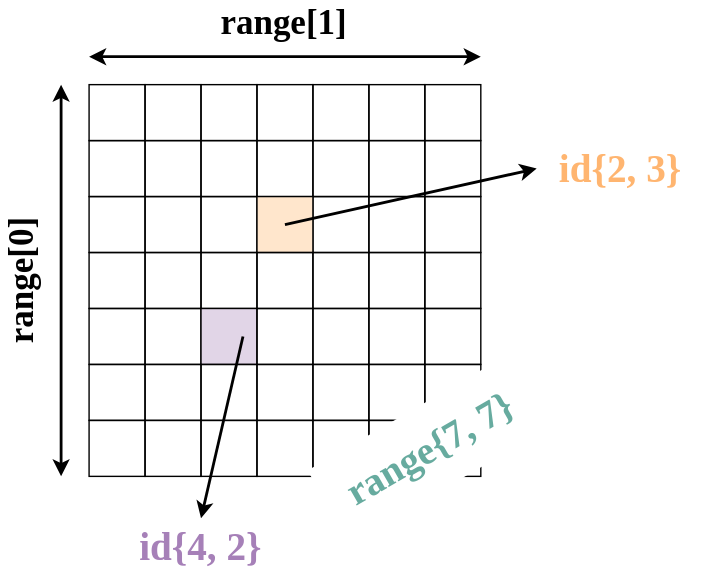
Before: content/img/2d_range.svg, a diagram exported from draw.io (ENCCS/sycl-workshop). Source tidied: cells renumbered, new cells last; positions are measured from the earlier drawing's top-left corner, leaving out a move shared by most shapes. Its diagram source:
```xml
<mxGraphModel>
  <root>
    <mxCell id="0" />
    <mxCell id="1" parent="0" />
    <mxCell id="2" style="whiteSpace=wrap;html=1;labelBackgroundColor=#97D077;sketch=0;fillStyle=solid;strokeWidth=1;fillColor=none;" parent="1" vertex="1">
      <mxGeometry x="160" y="60" width="40" height="40" as="geometry" />
    </mxCell>
    <mxCell id="3" style="whiteSpace=wrap;html=1;labelBackgroundColor=#97D077;sketch=0;fillStyle=solid;strokeWidth=1;fillColor=none;" parent="1" vertex="1">
      <mxGeometry x="200" y="60" width="40" height="40" as="geometry" />
    </mxCell>
    <mxCell id="4" style="whiteSpace=wrap;html=1;labelBackgroundColor=#97D077;sketch=0;fillStyle=solid;strokeWidth=1;fillColor=none;" parent="1" vertex="1">
      <mxGeometry x="280" y="60" width="40" height="40" as="geometry" />
    </mxCell>
    <mxCell id="5" style="whiteSpace=wrap;html=1;labelBackgroundColor=#97D077;sketch=0;fillStyle=solid;strokeWidth=1;fillColor=none;" parent="1" vertex="1">
      <mxGeometry x="240" y="60" width="40" height="40" as="geometry" />
    </mxCell>
    <mxCell id="6" style="whiteSpace=wrap;html=1;labelBackgroundColor=#97D077;sketch=0;fillStyle=solid;strokeWidth=1;glass=0;rounded=0;shadow=0;fillColor=none;" parent="1" vertex="1">
      <mxGeometry x="120" y="60" width="40" height="40" as="geometry" />
    </mxCell>
    <mxCell id="7" style="whiteSpace=wrap;html=1;labelBackgroundColor=#97D077;sketch=0;fillStyle=solid;strokeWidth=1;fillColor=none;" parent="1" vertex="1">
      <mxGeometry x="160" y="100" width="40" height="40" as="geometry" />
    </mxCell>
    <mxCell id="8" style="whiteSpace=wrap;html=1;labelBackgroundColor=#97D077;sketch=0;fillStyle=solid;strokeWidth=1;fillColor=none;" parent="1" vertex="1">
      <mxGeometry x="200" y="100" width="40" height="40" as="geometry" />
    </mxCell>
    <mxCell id="9" style="whiteSpace=wrap;html=1;labelBackgroundColor=#97D077;sketch=0;fillStyle=solid;strokeWidth=1;fillColor=none;" parent="1" vertex="1">
      <mxGeometry x="280" y="100" width="40" height="40" as="geometry" />
    </mxCell>
    <mxCell id="10" style="whiteSpace=wrap;html=1;labelBackgroundColor=#97D077;sketch=0;fillStyle=solid;strokeWidth=1;fillColor=none;" parent="1" vertex="1">
      <mxGeometry x="240" y="100" width="40" height="40" as="geometry" />
    </mxCell>
    <mxCell id="11" style="whiteSpace=wrap;html=1;labelBackgroundColor=#97D077;sketch=0;fillStyle=solid;strokeWidth=1;fillColor=none;glass=0;rounded=0;" parent="1" vertex="1">
      <mxGeometry x="120" y="100" width="40" height="40" as="geometry" />
    </mxCell>
    <mxCell id="12" style="whiteSpace=wrap;html=1;labelBackgroundColor=#97D077;sketch=0;fillStyle=solid;strokeWidth=1;fillColor=none;" parent="1" vertex="1">
      <mxGeometry x="160" y="140" width="40" height="40" as="geometry" />
    </mxCell>
    <mxCell id="13" style="whiteSpace=wrap;html=1;labelBackgroundColor=#97D077;sketch=0;fillStyle=solid;strokeWidth=1;fillColor=none;" parent="1" vertex="1">
      <mxGeometry x="200" y="140" width="40" height="40" as="geometry" />
    </mxCell>
    <mxCell id="14" style="whiteSpace=wrap;html=1;labelBackgroundColor=#97D077;sketch=0;fillStyle=solid;strokeWidth=1;fillColor=none;" parent="1" vertex="1">
      <mxGeometry x="280" y="140" width="40" height="40" as="geometry" />
    </mxCell>
    <mxCell id="15" style="whiteSpace=wrap;html=1;labelBackgroundColor=#97D077;sketch=0;fillStyle=solid;strokeWidth=1;fillColor=#ffe6cc;" parent="1" vertex="1">
      <mxGeometry x="240" y="140" width="40" height="40" as="geometry" />
    </mxCell>
    <mxCell id="16" style="whiteSpace=wrap;html=1;labelBackgroundColor=#97D077;sketch=0;fillStyle=solid;strokeWidth=1;fillColor=none;glass=0;rounded=0;" parent="1" vertex="1">
      <mxGeometry x="120" y="140" width="40" height="40" as="geometry" />
    </mxCell>
    <mxCell id="17" style="whiteSpace=wrap;html=1;labelBackgroundColor=#97D077;sketch=0;fillStyle=solid;strokeWidth=1;fillColor=none;" parent="1" vertex="1">
      <mxGeometry x="160" y="180" width="40" height="40" as="geometry" />
    </mxCell>
    <mxCell id="18" style="whiteSpace=wrap;html=1;labelBackgroundColor=#97D077;sketch=0;fillStyle=solid;strokeWidth=1;fillColor=none;" parent="1" vertex="1">
      <mxGeometry x="200" y="180" width="40" height="40" as="geometry" />
    </mxCell>
    <mxCell id="19" style="whiteSpace=wrap;html=1;labelBackgroundColor=#97D077;sketch=0;fillStyle=solid;strokeWidth=1;fillColor=none;" parent="1" vertex="1">
      <mxGeometry x="280" y="180" width="40" height="40" as="geometry" />
    </mxCell>
    <mxCell id="20" style="whiteSpace=wrap;html=1;labelBackgroundColor=#97D077;sketch=0;fillStyle=solid;strokeWidth=1;fillColor=none;" parent="1" vertex="1">
      <mxGeometry x="240" y="180" width="40" height="40" as="geometry" />
    </mxCell>
    <mxCell id="21" style="whiteSpace=wrap;html=1;labelBackgroundColor=#97D077;sketch=0;fillStyle=solid;strokeWidth=1;fillColor=none;glass=0;rounded=0;" parent="1" vertex="1">
      <mxGeometry x="120" y="180" width="40" height="40" as="geometry" />
    </mxCell>
    <mxCell id="22" style="whiteSpace=wrap;html=1;labelBackgroundColor=#97D077;sketch=0;fillStyle=solid;strokeWidth=1;fillColor=none;" parent="1" vertex="1">
      <mxGeometry x="160" y="220" width="40" height="40" as="geometry" />
    </mxCell>
    <mxCell id="23" style="whiteSpace=wrap;html=1;labelBackgroundColor=#97D077;sketch=0;fillStyle=solid;strokeWidth=1;fillColor=#e1d5e7;" parent="1" vertex="1">
      <mxGeometry x="200" y="220" width="40" height="40" as="geometry" />
    </mxCell>
    <mxCell id="24" style="whiteSpace=wrap;html=1;labelBackgroundColor=#97D077;sketch=0;fillStyle=solid;strokeWidth=1;fillColor=none;" parent="1" vertex="1">
      <mxGeometry x="280" y="220" width="40" height="40" as="geometry" />
    </mxCell>
    <mxCell id="25" style="whiteSpace=wrap;html=1;labelBackgroundColor=#97D077;sketch=0;fillStyle=solid;strokeWidth=1;fillColor=none;" parent="1" vertex="1">
      <mxGeometry x="240" y="220" width="40" height="40" as="geometry" />
    </mxCell>
    <mxCell id="26" style="whiteSpace=wrap;html=1;labelBackgroundColor=#97D077;sketch=0;fillStyle=solid;strokeWidth=1;fillColor=none;glass=0;rounded=0;" parent="1" vertex="1">
      <mxGeometry x="120" y="220" width="40" height="40" as="geometry" />
    </mxCell>
    <mxCell id="27" style="whiteSpace=wrap;html=1;labelBackgroundColor=#97D077;sketch=0;fillStyle=solid;strokeWidth=1;glass=0;rounded=0;shadow=0;fillColor=none;" parent="1" vertex="1">
      <mxGeometry x="320" y="60" width="40" height="40" as="geometry" />
    </mxCell>
    <mxCell id="28" style="whiteSpace=wrap;html=1;labelBackgroundColor=#97D077;sketch=0;fillStyle=solid;strokeWidth=1;glass=0;rounded=0;shadow=0;fillColor=none;" parent="1" vertex="1">
      <mxGeometry x="360" y="60" width="40" height="40" as="geometry" />
    </mxCell>
    <mxCell id="29" style="whiteSpace=wrap;html=1;labelBackgroundColor=#97D077;sketch=0;fillStyle=solid;strokeWidth=1;glass=0;rounded=0;shadow=0;fillColor=none;" parent="1" vertex="1">
      <mxGeometry x="320" y="100" width="40" height="40" as="geometry" />
    </mxCell>
    <mxCell id="30" style="whiteSpace=wrap;html=1;labelBackgroundColor=#97D077;sketch=0;fillStyle=solid;strokeWidth=1;glass=0;rounded=0;shadow=0;fillColor=none;" parent="1" vertex="1">
      <mxGeometry x="360" y="100" width="40" height="40" as="geometry" />
    </mxCell>
    <mxCell id="31" style="whiteSpace=wrap;html=1;labelBackgroundColor=#97D077;sketch=0;fillStyle=solid;strokeWidth=1;glass=0;rounded=0;shadow=0;fillColor=none;" parent="1" vertex="1">
      <mxGeometry x="320" y="140" width="40" height="40" as="geometry" />
    </mxCell>
    <mxCell id="32" style="whiteSpace=wrap;html=1;labelBackgroundColor=#97D077;sketch=0;fillStyle=solid;strokeWidth=1;glass=0;rounded=0;shadow=0;fillColor=none;" parent="1" vertex="1">
      <mxGeometry x="360" y="140" width="40" height="40" as="geometry" />
    </mxCell>
    <mxCell id="33" style="whiteSpace=wrap;html=1;labelBackgroundColor=#97D077;sketch=0;fillStyle=solid;strokeWidth=1;glass=0;rounded=0;shadow=0;fillColor=none;" parent="1" vertex="1">
      <mxGeometry x="320" y="180" width="40" height="40" as="geometry" />
    </mxCell>
    <mxCell id="34" style="whiteSpace=wrap;html=1;labelBackgroundColor=#97D077;sketch=0;fillStyle=solid;strokeWidth=1;glass=0;rounded=0;shadow=0;fillColor=none;" parent="1" vertex="1">
      <mxGeometry x="360" y="180" width="40" height="40" as="geometry" />
    </mxCell>
    <mxCell id="35" style="whiteSpace=wrap;html=1;labelBackgroundColor=#97D077;sketch=0;fillStyle=solid;strokeWidth=1;glass=0;rounded=0;shadow=0;fillColor=none;" parent="1" vertex="1">
      <mxGeometry x="320" y="220" width="40" height="40" as="geometry" />
    </mxCell>
    <mxCell id="36" style="whiteSpace=wrap;html=1;labelBackgroundColor=#97D077;sketch=0;fillStyle=solid;strokeWidth=1;glass=0;rounded=0;shadow=0;fillColor=none;" parent="1" vertex="1">
      <mxGeometry x="360" y="220" width="40" height="40" as="geometry" />
    </mxCell>
    <mxCell id="37" style="whiteSpace=wrap;html=1;labelBackgroundColor=#97D077;sketch=0;fillStyle=solid;strokeWidth=1;fillColor=none;" parent="1" vertex="1">
      <mxGeometry x="160" y="260" width="40" height="40" as="geometry" />
    </mxCell>
    <mxCell id="38" style="whiteSpace=wrap;html=1;labelBackgroundColor=#97D077;sketch=0;fillStyle=solid;strokeWidth=1;fillColor=none;" parent="1" vertex="1">
      <mxGeometry x="200" y="260" width="40" height="40" as="geometry" />
    </mxCell>
    <mxCell id="39" style="whiteSpace=wrap;html=1;labelBackgroundColor=#97D077;sketch=0;fillStyle=solid;strokeWidth=1;fillColor=none;" parent="1" vertex="1">
      <mxGeometry x="280" y="260" width="40" height="40" as="geometry" />
    </mxCell>
    <mxCell id="40" style="whiteSpace=wrap;html=1;labelBackgroundColor=#97D077;sketch=0;fillStyle=solid;strokeWidth=1;fillColor=none;" parent="1" vertex="1">
      <mxGeometry x="240" y="260" width="40" height="40" as="geometry" />
    </mxCell>
    <mxCell id="41" style="whiteSpace=wrap;html=1;labelBackgroundColor=#97D077;sketch=0;fillStyle=solid;strokeWidth=1;fillColor=none;glass=0;rounded=0;" parent="1" vertex="1">
      <mxGeometry x="120" y="260" width="40" height="40" as="geometry" />
    </mxCell>
    <mxCell id="42" style="whiteSpace=wrap;html=1;labelBackgroundColor=#97D077;sketch=0;fillStyle=solid;strokeWidth=1;glass=0;rounded=0;shadow=0;fillColor=none;" parent="1" vertex="1">
      <mxGeometry x="320" y="260" width="40" height="40" as="geometry" />
    </mxCell>
    <mxCell id="43" style="whiteSpace=wrap;html=1;labelBackgroundColor=#97D077;sketch=0;fillStyle=solid;strokeWidth=1;glass=0;rounded=0;shadow=0;fillColor=none;" parent="1" vertex="1">
      <mxGeometry x="360" y="260" width="40" height="40" as="geometry" />
    </mxCell>
    <mxCell id="44" style="whiteSpace=wrap;html=1;labelBackgroundColor=#97D077;sketch=0;fillStyle=solid;strokeWidth=1;fillColor=none;" parent="1" vertex="1">
      <mxGeometry x="160" y="300" width="40" height="40" as="geometry" />
    </mxCell>
    <mxCell id="45" style="whiteSpace=wrap;html=1;labelBackgroundColor=#97D077;sketch=0;fillStyle=solid;strokeWidth=1;fillColor=none;" parent="1" vertex="1">
      <mxGeometry x="200" y="300" width="40" height="40" as="geometry" />
    </mxCell>
    <mxCell id="46" style="whiteSpace=wrap;html=1;labelBackgroundColor=#97D077;sketch=0;fillStyle=solid;strokeWidth=1;fillColor=none;" parent="1" vertex="1">
      <mxGeometry x="280" y="300" width="40" height="40" as="geometry" />
    </mxCell>
    <mxCell id="47" style="whiteSpace=wrap;html=1;labelBackgroundColor=#97D077;sketch=0;fillStyle=solid;strokeWidth=1;fillColor=none;" parent="1" vertex="1">
      <mxGeometry x="240" y="300" width="40" height="40" as="geometry" />
    </mxCell>
    <mxCell id="48" style="whiteSpace=wrap;html=1;labelBackgroundColor=#97D077;sketch=0;fillStyle=solid;strokeWidth=1;fillColor=none;glass=0;rounded=0;" parent="1" vertex="1">
      <mxGeometry x="120" y="300" width="40" height="40" as="geometry" />
    </mxCell>
    <mxCell id="49" style="whiteSpace=wrap;html=1;labelBackgroundColor=#97D077;sketch=0;fillStyle=solid;strokeWidth=1;glass=0;rounded=0;shadow=0;fillColor=none;" parent="1" vertex="1">
      <mxGeometry x="320" y="300" width="40" height="40" as="geometry" />
    </mxCell>
    <mxCell id="50" style="whiteSpace=wrap;html=1;labelBackgroundColor=#97D077;sketch=0;fillStyle=solid;strokeWidth=1;glass=0;rounded=0;shadow=0;fillColor=none;" parent="1" vertex="1">
      <mxGeometry x="360" y="300" width="40" height="40" as="geometry" />
    </mxCell>
    <mxCell id="51" style="endArrow=classic;startArrow=classic;html=1;rounded=0;strokeWidth=2;" parent="1" edge="1">
      <mxGeometry relative="1" as="geometry">
        <mxPoint x="100" y="340" as="sourcePoint" />
        <mxPoint x="100" y="60" as="targetPoint" />
      </mxGeometry>
    </mxCell>
    <mxCell id="52" style="endArrow=classic;startArrow=classic;html=1;rounded=0;strokeWidth=2;" parent="1" edge="1">
      <mxGeometry relative="1" as="geometry">
        <mxPoint x="400" y="40" as="sourcePoint" />
        <mxPoint x="120" y="40" as="targetPoint" />
      </mxGeometry>
    </mxCell>
    <mxCell id="53" value="&lt;font face=&quot;comfortaa&quot; color=&quot;#67ab9f&quot; size=&quot;1&quot;&gt;&lt;b style=&quot;font-size: 28px&quot;&gt;range{7, 7}&lt;/b&gt;&lt;/font&gt;" style="text;html=1;strokeColor=none;align=center;verticalAlign=middle;whiteSpace=wrap;rounded=0;rotation=-30;fillColor=#FFFFFF;" parent="1" vertex="1">
      <mxGeometry x="280" y="290" width="166.8" height="60" as="geometry" />
    </mxCell>
    <mxCell id="54" value="&lt;font face=&quot;comfortaa&quot; size=&quot;1&quot;&gt;&lt;b style=&quot;font-size: 25px&quot;&gt;range[1]&lt;/b&gt;&lt;/font&gt;" style="text;html=1;strokeColor=none;fillColor=none;align=center;verticalAlign=middle;whiteSpace=wrap;rounded=0;rotation=0;" parent="1" vertex="1">
      <mxGeometry x="188.3" width="143.4" height="30" as="geometry" />
    </mxCell>
    <mxCell id="55" value="&lt;font face=&quot;comfortaa&quot; size=&quot;1&quot;&gt;&lt;b style=&quot;font-size: 25px&quot;&gt;range[0]&lt;/b&gt;&lt;/font&gt;" style="text;html=1;strokeColor=none;fillColor=none;align=center;verticalAlign=middle;whiteSpace=wrap;rounded=0;rotation=-90;" parent="1" vertex="1">
      <mxGeometry y="185" width="143.4" height="30" as="geometry" />
    </mxCell>
    <mxCell id="56" style="endArrow=classic;html=1;rounded=0;fontFamily=comfortaa;fontSource=https%3A%2F%2Ffonts.googleapis.com%2Fcss%3Ffamily%3Dcomfortaa;fontSize=25;fontColor=#000000;strokeWidth=2;" parent="1" edge="1">
      <mxGeometry relative="1" as="geometry">
        <mxPoint x="260" y="160" as="sourcePoint" />
        <mxPoint x="440" y="120" as="targetPoint" />
      </mxGeometry>
    </mxCell>
    <mxCell id="57" style="endArrow=classic;html=1;rounded=0;fontFamily=comfortaa;fontSource=https%3A%2F%2Ffonts.googleapis.com%2Fcss%3Ffamily%3Dcomfortaa;fontSize=25;fontColor=#000000;strokeWidth=2;" parent="1" edge="1">
      <mxGeometry relative="1" as="geometry">
        <mxPoint x="230" y="240" as="sourcePoint" />
        <mxPoint x="200" y="370" as="targetPoint" />
      </mxGeometry>
    </mxCell>
    <mxCell id="58" value="&lt;font face=&quot;comfortaa&quot; size=&quot;1&quot; color=&quot;#a680b8&quot;&gt;&lt;b style=&quot;font-size: 28px&quot;&gt;id{4, 2}&lt;/b&gt;&lt;/font&gt;" style="text;html=1;strokeColor=none;align=center;verticalAlign=middle;whiteSpace=wrap;rounded=0;rotation=0;fillColor=#FFFFFF;" parent="1" vertex="1">
      <mxGeometry x="140" y="370" width="120" height="40" as="geometry" />
    </mxCell>
    <mxCell id="59" value="&lt;font face=&quot;comfortaa&quot; size=&quot;1&quot; color=&quot;#ffb570&quot;&gt;&lt;b style=&quot;font-size: 28px&quot;&gt;id{2, 3}&lt;/b&gt;&lt;/font&gt;" style="text;html=1;strokeColor=none;align=center;verticalAlign=middle;whiteSpace=wrap;rounded=0;rotation=0;fillColor=#FFFFFF;" parent="1" vertex="1">
      <mxGeometry x="440" y="100" width="120" height="40" as="geometry" />
    </mxCell>
  </root>
</mxGraphModel>
```
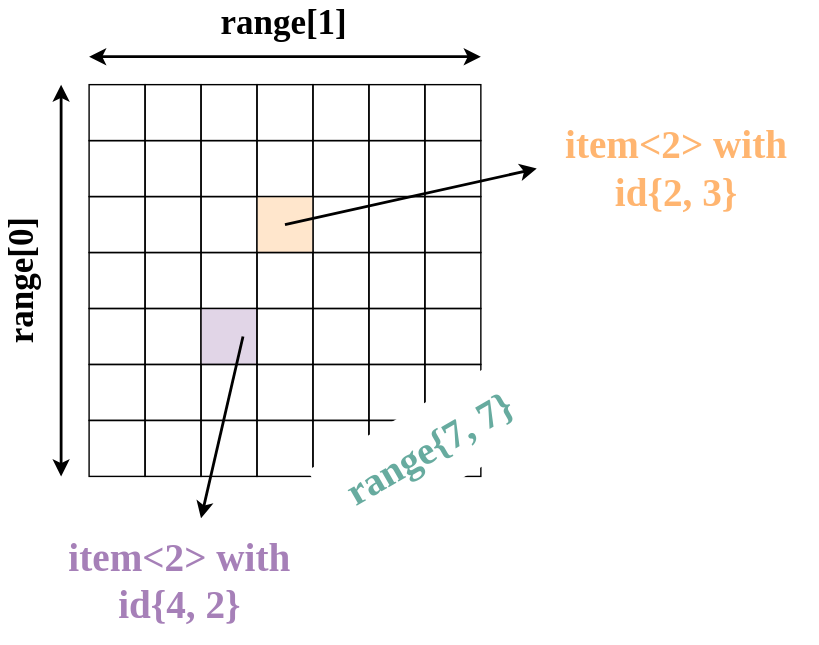
Later version of the same file.

Diff of the diagram source:
```diff
@@ -149,18 +149,18 @@
     <mxCell id="50" style="whiteSpace=wrap;html=1;labelBackgroundColor=#97D077;sketch=0;fillStyle=solid;strokeWidth=1;glass=0;rounded=0;shadow=0;fillColor=none;" parent="1" vertex="1">
       <mxGeometry x="360" y="300" width="40" height="40" as="geometry" />
     </mxCell>
-    <mxCell id="51" style="endArrow=classic;startArrow=classic;html=1;rounded=0;strokeWidth=2;" parent="1" edge="1">
-      <mxGeometry relative="1" as="geometry">
-        <mxPoint x="100" y="340" as="sourcePoint" />
-        <mxPoint x="100" y="60" as="targetPoint" />
-      </mxGeometry>
-    </mxCell>
-    <mxCell id="52" style="endArrow=classic;startArrow=classic;html=1;rounded=0;strokeWidth=2;" parent="1" edge="1">
-      <mxGeometry relative="1" as="geometry">
-        <mxPoint x="400" y="40" as="sourcePoint" />
-        <mxPoint x="120" y="40" as="targetPoint" />
-      </mxGeometry>
-    </mxCell>
+    <mxCell id="60" style="endArrow=classic;startArrow=classic;html=1;rounded=0;strokeWidth=2;" parent="1" edge="1">
+      <mxGeometry relative="1" as="geometry">
+        <mxPoint x="100" y="340" as="sourcePoint" />
+        <mxPoint x="100" y="60" as="targetPoint" />
+      </mxGeometry>
+    </mxCell>
+    <mxCell id="61" style="endArrow=classic;startArrow=classic;html=1;rounded=0;strokeWidth=2;" parent="1" edge="1">
+      <mxGeometry relative="1" as="geometry">
+        <mxPoint x="400" y="40" as="sourcePoint" />
+        <mxPoint x="120" y="40" as="targetPoint" />
+      </mxGeometry>
+    </mxCell>
     <mxCell id="53" value="&lt;font face=&quot;comfortaa&quot; color=&quot;#67ab9f&quot; size=&quot;1&quot;&gt;&lt;b style=&quot;font-size: 28px&quot;&gt;range{7, 7}&lt;/b&gt;&lt;/font&gt;" style="text;html=1;strokeColor=none;align=center;verticalAlign=middle;whiteSpace=wrap;rounded=0;rotation=-30;fillColor=#FFFFFF;" parent="1" vertex="1">
       <mxGeometry x="280" y="290" width="166.8" height="60" as="geometry" />
     </mxCell>
@@ -170,23 +170,23 @@
     <mxCell id="55" value="&lt;font face=&quot;comfortaa&quot; size=&quot;1&quot;&gt;&lt;b style=&quot;font-size: 25px&quot;&gt;range[0]&lt;/b&gt;&lt;/font&gt;" style="text;html=1;strokeColor=none;fillColor=none;align=center;verticalAlign=middle;whiteSpace=wrap;rounded=0;rotation=-90;" parent="1" vertex="1">
       <mxGeometry y="185" width="143.4" height="30" as="geometry" />
     </mxCell>
-    <mxCell id="56" style="endArrow=classic;html=1;rounded=0;fontFamily=comfortaa;fontSource=https%3A%2F%2Ffonts.googleapis.com%2Fcss%3Ffamily%3Dcomfortaa;fontSize=25;fontColor=#000000;strokeWidth=2;" parent="1" edge="1">
-      <mxGeometry relative="1" as="geometry">
-        <mxPoint x="260" y="160" as="sourcePoint" />
-        <mxPoint x="440" y="120" as="targetPoint" />
-      </mxGeometry>
-    </mxCell>
-    <mxCell id="57" style="endArrow=classic;html=1;rounded=0;fontFamily=comfortaa;fontSource=https%3A%2F%2Ffonts.googleapis.com%2Fcss%3Ffamily%3Dcomfortaa;fontSize=25;fontColor=#000000;strokeWidth=2;" parent="1" edge="1">
-      <mxGeometry relative="1" as="geometry">
-        <mxPoint x="230" y="240" as="sourcePoint" />
-        <mxPoint x="200" y="370" as="targetPoint" />
-      </mxGeometry>
-    </mxCell>
-    <mxCell id="58" value="&lt;font face=&quot;comfortaa&quot; size=&quot;1&quot; color=&quot;#a680b8&quot;&gt;&lt;b style=&quot;font-size: 28px&quot;&gt;id{4, 2}&lt;/b&gt;&lt;/font&gt;" style="text;html=1;strokeColor=none;align=center;verticalAlign=middle;whiteSpace=wrap;rounded=0;rotation=0;fillColor=#FFFFFF;" parent="1" vertex="1">
-      <mxGeometry x="140" y="370" width="120" height="40" as="geometry" />
-    </mxCell>
-    <mxCell id="59" value="&lt;font face=&quot;comfortaa&quot; size=&quot;1&quot; color=&quot;#ffb570&quot;&gt;&lt;b style=&quot;font-size: 28px&quot;&gt;id{2, 3}&lt;/b&gt;&lt;/font&gt;" style="text;html=1;strokeColor=none;align=center;verticalAlign=middle;whiteSpace=wrap;rounded=0;rotation=0;fillColor=#FFFFFF;" parent="1" vertex="1">
-      <mxGeometry x="440" y="100" width="120" height="40" as="geometry" />
-    </mxCell>
+    <mxCell id="62" style="endArrow=classic;html=1;rounded=0;fontFamily=comfortaa;fontSource=https%3A%2F%2Ffonts.googleapis.com%2Fcss%3Ffamily%3Dcomfortaa;fontSize=25;fontColor=#000000;strokeWidth=2;" parent="1" edge="1">
+      <mxGeometry relative="1" as="geometry">
+        <mxPoint x="260" y="160" as="sourcePoint" />
+        <mxPoint x="440" y="120" as="targetPoint" />
+      </mxGeometry>
+    </mxCell>
+    <mxCell id="63" style="endArrow=classic;html=1;rounded=0;fontFamily=comfortaa;fontSource=https%3A%2F%2Ffonts.googleapis.com%2Fcss%3Ffamily%3Dcomfortaa;fontSize=25;fontColor=#000000;strokeWidth=2;" parent="1" edge="1">
+      <mxGeometry relative="1" as="geometry">
+        <mxPoint x="230" y="240" as="sourcePoint" />
+        <mxPoint x="200" y="370" as="targetPoint" />
+      </mxGeometry>
+    </mxCell>
+    <mxCell id="64" value="&lt;font face=&quot;comfortaa&quot; size=&quot;1&quot; color=&quot;#a680b8&quot;&gt;&lt;b style=&quot;font-size: 28px&quot;&gt;item&amp;lt;2&amp;gt; with id{4, 2}&lt;/b&gt;&lt;/font&gt;" style="text;html=1;strokeColor=none;align=center;verticalAlign=middle;whiteSpace=wrap;rounded=0;rotation=0;fillColor=#FFFFFF;" parent="1" vertex="1">
+      <mxGeometry x="90" y="370" width="190" height="90" as="geometry" />
+    </mxCell>
+    <mxCell id="65" value="&lt;font face=&quot;comfortaa&quot; size=&quot;1&quot; color=&quot;#ffb570&quot;&gt;&lt;b style=&quot;font-size: 28px&quot;&gt;item&amp;lt;2&amp;gt; with&lt;br&gt;id{2, 3}&lt;/b&gt;&lt;/font&gt;" style="text;html=1;strokeColor=none;align=center;verticalAlign=middle;whiteSpace=wrap;rounded=0;rotation=0;fillColor=#FFFFFF;" parent="1" vertex="1">
+      <mxGeometry x="440" y="75" width="200" height="90" as="geometry" />
+    </mxCell>
   </root>
 </mxGraphModel>
```
